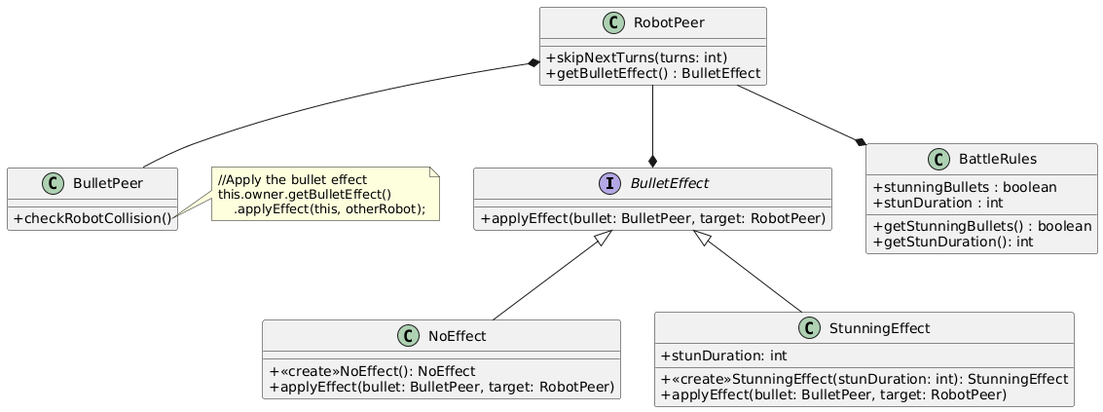
Earlier version of the PlantUML export assets/uml/uml.png (roo2-unlp/robocode).
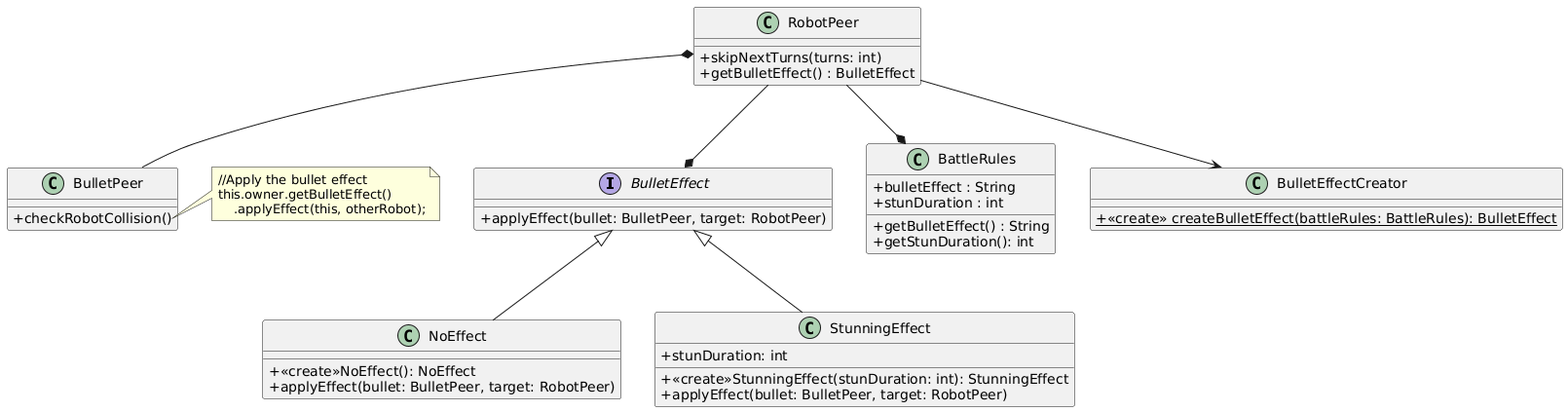
After the commit.

Commit message:
Update `README.md` and the `UML` class diagram

Change to the diagram source:
```diff
@@ -17,9 +17,9 @@
 }
 
 class BattleRules {
-    + stunningBullets : boolean
+    + bulletEffect : String
     + stunDuration : int
-    + getStunningBullets() : boolean
+    + getBulletEffect() : String
     + getStunDuration(): int
 }
 
@@ -32,8 +32,12 @@
     + getBulletEffect() : BulletEffect
 }
 
+class BulletEffectCreator {
+    + {static} <<create>> createBulletEffect(battleRules: BattleRules): BulletEffect
+}
 RobotPeer *-- BulletPeer
 RobotPeer --* BulletEffect
+RobotPeer --> BulletEffectCreator
 BulletEffect <|-- NoEffect
 BulletEffect <|-- StunningEffect
 RobotPeer --* BattleRules
```
